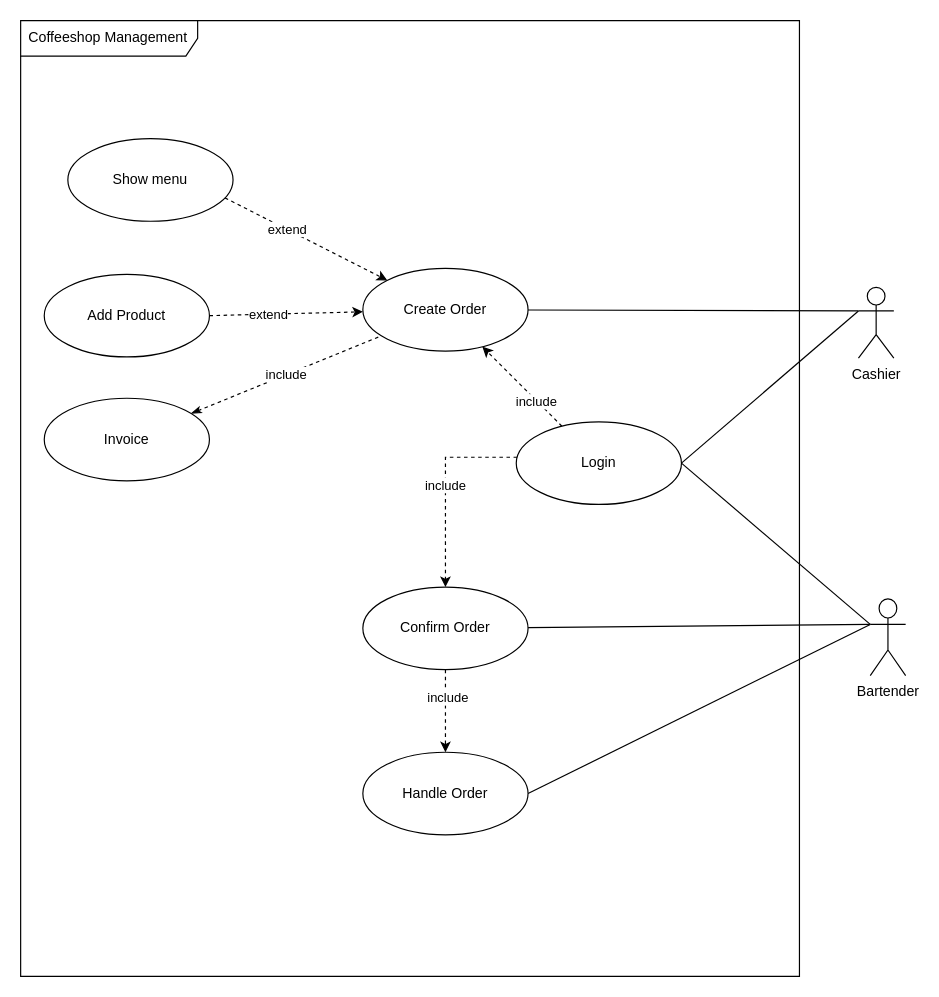
Above: page "UseCase_CoffeshopManagement" (1 of 9) of coffe.drawio in HungNguyen2890/Project-1 (draw.io), before the change. Source tidied: cells renumbered, new cells numbered last; positions are measured from the earlier drawing's top-left corner, leaving out a move shared by most shapes. Both pictures are drawn from the tidied source at 118%, with x=0, y=0 at pixel (20, 20).
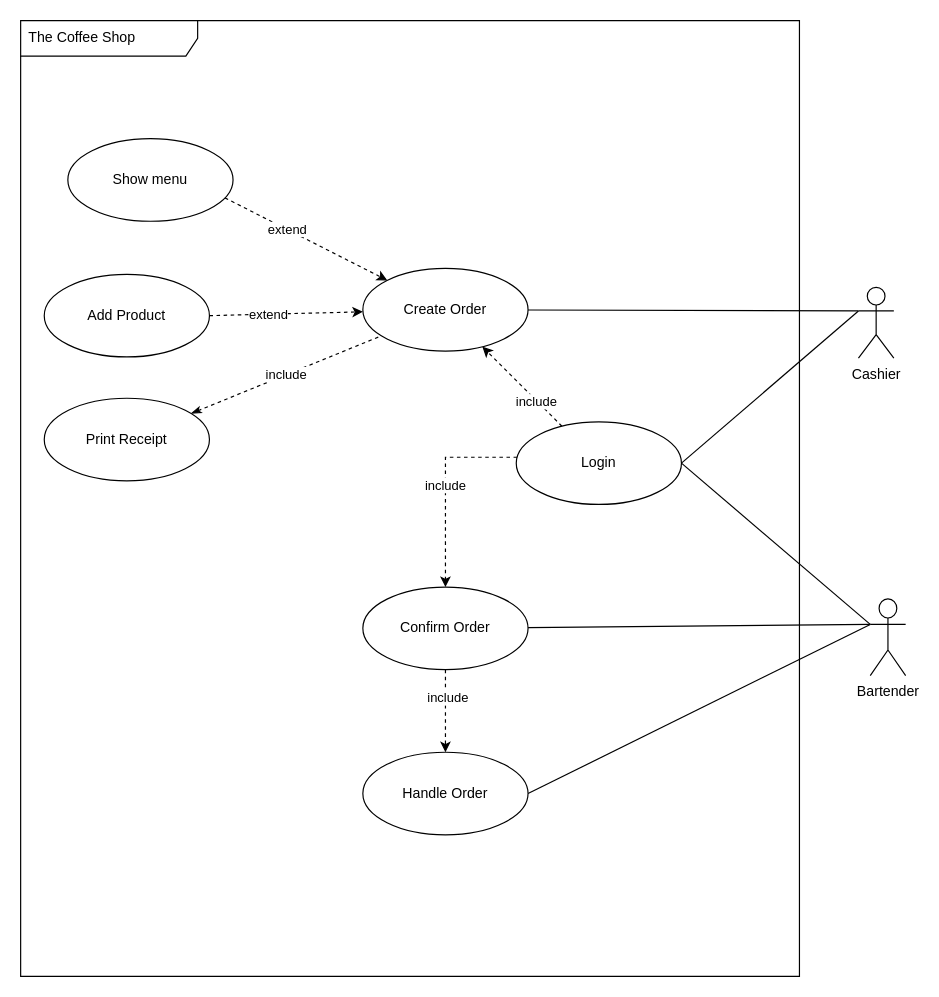
Above is the later version.

The edit, as a diff of the source:
```diff
@@
-    <mxCell id="2" value="Coffeeshop Management" style="shape=umlFrame;whiteSpace=wrap;html=1;width=150;height=30;boundedLbl=1;verticalAlign=middle;align=left;spacingLeft=5;" parent="1" vertex="1">
+    <mxCell id="2" value="The Coffee Shop" style="shape=umlFrame;whiteSpace=wrap;html=1;width=150;height=30;boundedLbl=1;verticalAlign=middle;align=left;spacingLeft=5;" parent="1" vertex="1">
       <mxGeometry width="660" height="810" as="geometry" />
     </mxCell>
@@
-    <mxCell id="25" value="Invoice" style="ellipse;whiteSpace=wrap;html=1;" parent="1" vertex="1">
+    <mxCell id="25" value="Print Receipt" style="ellipse;whiteSpace=wrap;html=1;" parent="1" vertex="1">
       <mxGeometry x="20" y="320" width="140" height="70" as="geometry" />
     </mxCell>
```
